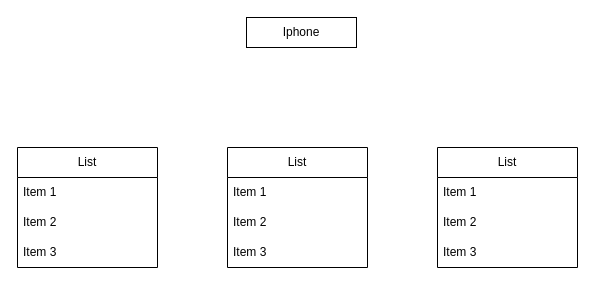
The draw.io diagram Modelagem e Diagramação_de_um_Componente_iPhone.drawio in GuidoXavier/Projetos_Dio, before the edit. Source tidied: cells renumbered, new cells numbered last; positions are measured from the earlier drawing's top-left corner, leaving out a move shared by most shapes. Both pictures are drawn from the tidied source at 100%, with x=0, y=0 at pixel (17, 17).
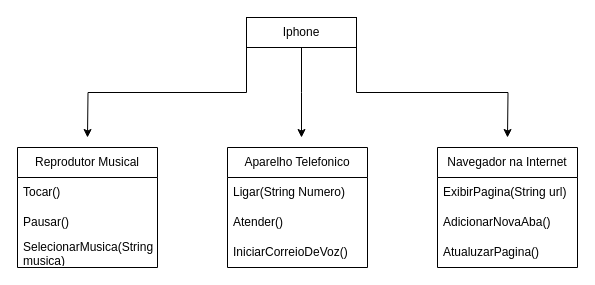
The same diagram, later.

Change to the diagram source:
```diff
@@
 <mxGraphModel>
   <root>
     <mxCell id="0" />
     <mxCell id="1" parent="0" />
+    <mxCell id="15" style="edgeStyle=orthogonalEdgeStyle;rounded=0;jettySize=auto;html=1;exitX=0.5;exitY=1;exitDx=0;exitDy=0;" parent="1" edge="1" source="2">
+      <mxGeometry relative="1" as="geometry">
+        <mxPoint x="284" y="120" as="targetPoint" />
+      </mxGeometry>
+    </mxCell>
+    <mxCell id="16" style="edgeStyle=orthogonalEdgeStyle;rounded=0;jettySize=auto;html=1;exitX=0;exitY=1;exitDx=0;exitDy=0;" parent="1" edge="1" source="2">
+      <mxGeometry relative="1" as="geometry">
+        <mxPoint x="70" y="120" as="targetPoint" />
+      </mxGeometry>
+    </mxCell>
+    <mxCell id="17" style="edgeStyle=orthogonalEdgeStyle;rounded=0;jettySize=auto;html=1;exitX=1;exitY=1;exitDx=0;exitDy=0;" parent="1" edge="1" source="2">
+      <mxGeometry relative="1" as="geometry">
+        <mxPoint x="490" y="120" as="targetPoint" />
+      </mxGeometry>
+    </mxCell>
     <mxCell id="2" value="Iphone" style="rounded=0;whiteSpace=wrap;html=1;" parent="1" vertex="1">
       <mxGeometry x="229" width="110" height="30" as="geometry" />
     </mxCell>
-    <mxCell id="3" value="List" style="swimlane;fontStyle=0;horizontal=1;startSize=30;whiteSpace=wrap;html=1;" parent="1" vertex="1">
+    <mxCell id="3" value="Reprodutor Musical" style="swimlane;fontStyle=0;horizontal=1;startSize=30;whiteSpace=wrap;html=1;" parent="1" vertex="1">
       <mxGeometry y="130" width="140" height="120" as="geometry" />
     </mxCell>
-    <mxCell id="4" value="Item 1" style="text;strokeColor=none;fillColor=none;align=left;verticalAlign=middle;spacingLeft=4;spacingRight=4;overflow=hidden;whiteSpace=wrap;html=1;" parent="3" vertex="1">
+    <mxCell id="4" value="Tocar()" style="text;strokeColor=none;fillColor=none;align=left;verticalAlign=middle;spacingLeft=4;spacingRight=4;overflow=hidden;whiteSpace=wrap;html=1;" parent="3" vertex="1">
       <mxGeometry y="30" width="140" height="30" as="geometry" />
     </mxCell>
-    <mxCell id="5" value="Item 2" style="text;strokeColor=none;fillColor=none;align=left;verticalAlign=middle;spacingLeft=4;spacingRight=4;overflow=hidden;whiteSpace=wrap;html=1;" parent="3" vertex="1">
+    <mxCell id="5" value="Pausar()" style="text;strokeColor=none;fillColor=none;align=left;verticalAlign=middle;spacingLeft=4;spacingRight=4;overflow=hidden;whiteSpace=wrap;html=1;" parent="3" vertex="1">
       <mxGeometry y="60" width="140" height="30" as="geometry" />
     </mxCell>
-    <mxCell id="6" value="Item 3" style="text;strokeColor=none;fillColor=none;align=left;verticalAlign=middle;spacingLeft=4;spacingRight=4;overflow=hidden;whiteSpace=wrap;html=1;" parent="3" vertex="1">
+    <mxCell id="6" value="SelecionarMusica(String musica)" style="text;strokeColor=none;fillColor=none;align=left;verticalAlign=middle;spacingLeft=4;spacingRight=4;overflow=hidden;whiteSpace=wrap;html=1;" parent="3" vertex="1">
       <mxGeometry y="90" width="140" height="30" as="geometry" />
     </mxCell>
-    <mxCell id="7" value="List" style="swimlane;fontStyle=0;horizontal=1;startSize=30;whiteSpace=wrap;html=1;" parent="1" vertex="1">
+    <mxCell id="7" value="Aparelho Telefonico" style="swimlane;fontStyle=0;horizontal=1;startSize=30;whiteSpace=wrap;html=1;" parent="1" vertex="1">
       <mxGeometry x="210" y="130" width="140" height="120" as="geometry" />
     </mxCell>
-    <mxCell id="8" value="Item 1" style="text;strokeColor=none;fillColor=none;align=left;verticalAlign=middle;spacingLeft=4;spacingRight=4;overflow=hidden;whiteSpace=wrap;html=1;" parent="7" vertex="1">
+    <mxCell id="8" value="Ligar(String Numero)" style="text;strokeColor=none;fillColor=none;align=left;verticalAlign=middle;spacingLeft=4;spacingRight=4;overflow=hidden;whiteSpace=wrap;html=1;" parent="7" vertex="1">
       <mxGeometry y="30" width="140" height="30" as="geometry" />
     </mxCell>
-    <mxCell id="9" value="Item 2" style="text;strokeColor=none;fillColor=none;align=left;verticalAlign=middle;spacingLeft=4;spacingRight=4;overflow=hidden;whiteSpace=wrap;html=1;" parent="7" vertex="1">
+    <mxCell id="9" value="Atender()" style="text;strokeColor=none;fillColor=none;align=left;verticalAlign=middle;spacingLeft=4;spacingRight=4;overflow=hidden;whiteSpace=wrap;html=1;" parent="7" vertex="1">
       <mxGeometry y="60" width="140" height="30" as="geometry" />
     </mxCell>
-    <mxCell id="10" value="Item 3" style="text;strokeColor=none;fillColor=none;align=left;verticalAlign=middle;spacingLeft=4;spacingRight=4;overflow=hidden;whiteSpace=wrap;html=1;" parent="7" vertex="1">
+    <mxCell id="10" value="IniciarCorreioDeVoz()" style="text;strokeColor=none;fillColor=none;align=left;verticalAlign=middle;spacingLeft=4;spacingRight=4;overflow=hidden;whiteSpace=wrap;html=1;" parent="7" vertex="1">
       <mxGeometry y="90" width="140" height="30" as="geometry" />
     </mxCell>
-    <mxCell id="11" value="List" style="swimlane;fontStyle=0;horizontal=1;startSize=30;whiteSpace=wrap;html=1;" parent="1" vertex="1">
+    <mxCell id="11" value="Navegador na Internet" style="swimlane;fontStyle=0;horizontal=1;startSize=30;whiteSpace=wrap;html=1;" parent="1" vertex="1">
       <mxGeometry x="420" y="130" width="140" height="120" as="geometry" />
     </mxCell>
-    <mxCell id="12" value="Item 1" style="text;strokeColor=none;fillColor=none;align=left;verticalAlign=middle;spacingLeft=4;spacingRight=4;overflow=hidden;whiteSpace=wrap;html=1;" parent="11" vertex="1">
+    <mxCell id="12" value="ExibirPagina(String url)" style="text;strokeColor=none;fillColor=none;align=left;verticalAlign=middle;spacingLeft=4;spacingRight=4;overflow=hidden;whiteSpace=wrap;html=1;" parent="11" vertex="1">
       <mxGeometry y="30" width="140" height="30" as="geometry" />
     </mxCell>
-    <mxCell id="13" value="Item 2" style="text;strokeColor=none;fillColor=none;align=left;verticalAlign=middle;spacingLeft=4;spacingRight=4;overflow=hidden;whiteSpace=wrap;html=1;" parent="11" vertex="1">
+    <mxCell id="13" value="AdicionarNovaAba()" style="text;strokeColor=none;fillColor=none;align=left;verticalAlign=middle;spacingLeft=4;spacingRight=4;overflow=hidden;whiteSpace=wrap;html=1;" parent="11" vertex="1">
       <mxGeometry y="60" width="140" height="30" as="geometry" />
     </mxCell>
-    <mxCell id="14" value="Item 3" style="text;strokeColor=none;fillColor=none;align=left;verticalAlign=middle;spacingLeft=4;spacingRight=4;overflow=hidden;whiteSpace=wrap;html=1;" parent="11" vertex="1">
+    <mxCell id="14" value="AtualuzarPagina()" style="text;strokeColor=none;fillColor=none;align=left;verticalAlign=middle;spacingLeft=4;spacingRight=4;overflow=hidden;whiteSpace=wrap;html=1;" parent="11" vertex="1">
       <mxGeometry y="90" width="140" height="30" as="geometry" />
     </mxCell>
   </root>
 </mxGraphModel>
```
